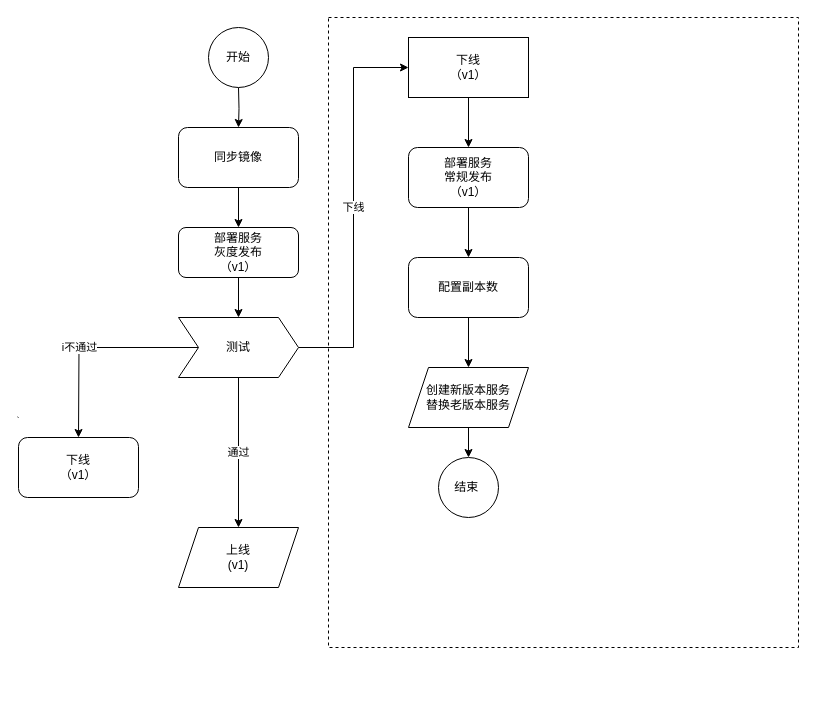
This is 未命名绘图.drawio from Snuger/draw, a draw.io file, before an edit. Source tidied: cells renumbered, new cells numbered last; positions are measured from the earlier drawing's top-left corner, leaving out a move shared by most shapes. Both pictures are drawn from the tidied source at 100%, with x=0, y=0 at pixel (17, 17).
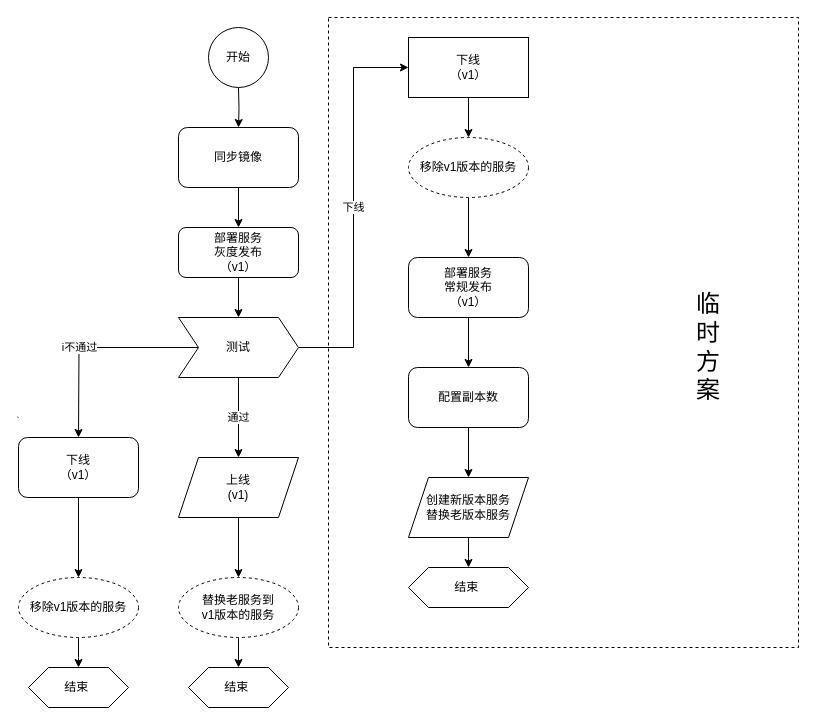
Above is the later version.

Commit message (it also covers changes not shown here):
更新未命名绘图.drawio

Unchanged cells that the change refers to:
```xml
<mxCell id="15" value="下线&lt;br&gt;（v1）" style="rounded=1;whiteSpace=wrap;html=1;" parent="1" vertex="1">
  <mxGeometry x="1" y="420" width="120" height="60" as="geometry" />
</mxCell>
<mxCell id="17" value="下线&lt;br&gt;（v1）" style="rounded=0;whiteSpace=wrap;html=1;strokeColor=default;" parent="1" vertex="1">
  <mxGeometry x="391" y="20" width="120" height="60" as="geometry" />
</mxCell>
```

Diff of the diagram source:
```diff
@@
+    <mxCell id="25" style="edgeStyle=orthogonalEdgeStyle;rounded=0;jettySize=auto;html=1;" parent="1" edge="1" source="14" target="34">
+      <mxGeometry relative="1" as="geometry" />
+    </mxCell>
     <mxCell id="14" value="上线&lt;br&gt;(v1)" style="shape=parallelogram;perimeter=parallelogramPerimeter;whiteSpace=wrap;html=1;fixedSize=1;" parent="1" vertex="1">
-      <mxGeometry x="161" y="510" width="120" height="60" as="geometry" />
+      <mxGeometry x="161" y="440" width="120" height="60" as="geometry" />
     </mxCell>
+    <mxCell id="26" style="edgeStyle=orthogonalEdgeStyle;rounded=0;jettySize=auto;html=1;" parent="1" edge="1" source="15" target="29">
+      <mxGeometry relative="1" as="geometry" />
+    </mxCell>
@@
-    <mxCell id="16" style="edgeStyle=orthogonalEdgeStyle;rounded=0;jettySize=auto;html=1;" parent="1" edge="1" source="17" target="19">
-      <mxGeometry relative="1" as="geometry" />
-    </mxCell>
+    <mxCell id="27" style="edgeStyle=orthogonalEdgeStyle;rounded=0;jettySize=auto;html=1;" parent="1" edge="1" source="17" target="32">
+      <mxGeometry relative="1" as="geometry" />
+    </mxCell>
@@
     <mxCell id="19" value="部署服务&lt;br&gt;常规发布&lt;br&gt;（v1）" style="rounded=1;whiteSpace=wrap;html=1;strokeColor=default;" parent="1" vertex="1">
-      <mxGeometry x="391" y="130" width="120" height="60" as="geometry" />
+      <mxGeometry x="391" y="240" width="120" height="60" as="geometry" />
     </mxCell>
@@
     <mxCell id="21" value="配置副本数" style="whiteSpace=wrap;html=1;rounded=1;" parent="1" vertex="1">
-      <mxGeometry x="391" y="240" width="120" height="60" as="geometry" />
+      <mxGeometry x="391" y="350" width="120" height="60" as="geometry" />
     </mxCell>
-    <mxCell id="22" style="edgeStyle=orthogonalEdgeStyle;rounded=0;jettySize=auto;html=1;" parent="1" edge="1" source="23" target="24">
-      <mxGeometry relative="1" as="geometry" />
+    <mxCell id="22" style="edgeStyle=orthogonalEdgeStyle;rounded=0;jettySize=auto;html=1;" parent="1" edge="1" source="23">
+      <mxGeometry relative="1" as="geometry">
+        <mxPoint x="451" y="550" as="targetPoint" />
+      </mxGeometry>
     </mxCell>
     <mxCell id="23" value="创建新版本服务&lt;br&gt;替换老版本服务" style="shape=parallelogram;perimeter=parallelogramPerimeter;whiteSpace=wrap;html=1;fixedSize=1;strokeColor=default;" parent="1" vertex="1">
-      <mxGeometry x="391" y="350" width="120" height="60" as="geometry" />
+      <mxGeometry x="391" y="460" width="120" height="60" as="geometry" />
     </mxCell>
-    <mxCell id="24" value="结束&amp;nbsp;" style="ellipse;whiteSpace=wrap;html=1;strokeColor=default;" parent="1" vertex="1">
-      <mxGeometry x="421" y="440" width="60" height="60" as="geometry" />
-    </mxCell>
+    <mxCell id="28" style="edgeStyle=orthogonalEdgeStyle;rounded=0;jettySize=auto;html=1;" parent="1" edge="1" source="29">
+      <mxGeometry relative="1" as="geometry">
+        <mxPoint x="61" y="650" as="targetPoint" />
+      </mxGeometry>
+    </mxCell>
+    <mxCell id="29" value="移除v1版本的服务" style="ellipse;whiteSpace=wrap;html=1;rounded=1;dashed=1;" parent="1" vertex="1">
+      <mxGeometry x="1" y="560" width="120" height="60" as="geometry" />
+    </mxCell>
+    <mxCell id="30" value="结束&amp;nbsp;" style="shape=hexagon;perimeter=hexagonPerimeter2;whiteSpace=wrap;html=1;fixedSize=1;strokeColor=default;" parent="1" vertex="1">
+      <mxGeometry x="11" y="650" width="100" height="40" as="geometry" />
+    </mxCell>
+    <mxCell id="31" style="edgeStyle=orthogonalEdgeStyle;rounded=0;jettySize=auto;html=1;" parent="1" edge="1" source="32" target="19">
+      <mxGeometry relative="1" as="geometry" />
+    </mxCell>
+    <mxCell id="32" value="移除v1版本的服务" style="ellipse;whiteSpace=wrap;html=1;rounded=1;dashed=1;" parent="1" vertex="1">
+      <mxGeometry x="391" y="120" width="120" height="60" as="geometry" />
+    </mxCell>
+    <mxCell id="33" style="edgeStyle=orthogonalEdgeStyle;rounded=0;jettySize=auto;html=1;" parent="1" edge="1" source="34" target="35">
+      <mxGeometry relative="1" as="geometry" />
+    </mxCell>
+    <mxCell id="34" value="替换老服务到&lt;br&gt;v1版本的服务" style="ellipse;whiteSpace=wrap;html=1;rounded=1;dashed=1;" parent="1" vertex="1">
+      <mxGeometry x="161" y="560" width="120" height="60" as="geometry" />
+    </mxCell>
+    <mxCell id="35" value="结束&amp;nbsp;" style="shape=hexagon;perimeter=hexagonPerimeter2;whiteSpace=wrap;html=1;fixedSize=1;strokeColor=default;" parent="1" vertex="1">
+      <mxGeometry x="171" y="650" width="100" height="40" as="geometry" />
+    </mxCell>
+    <mxCell id="36" value="结束&amp;nbsp;" style="shape=hexagon;perimeter=hexagonPerimeter2;whiteSpace=wrap;html=1;fixedSize=1;strokeColor=default;" parent="1" vertex="1">
+      <mxGeometry x="391" y="550" width="120" height="40" as="geometry" />
+    </mxCell>
+    <mxCell id="37" value="临&lt;br style=&quot;font-size: 24px;&quot;&gt;时&lt;br style=&quot;font-size: 24px;&quot;&gt;方&lt;br style=&quot;font-size: 24px;&quot;&gt;案" style="text;html=1;strokeColor=none;fillColor=none;align=center;verticalAlign=middle;whiteSpace=wrap;rounded=0;fontSize=24;" parent="1" vertex="1">
+      <mxGeometry x="661" y="90" width="60" height="480" as="geometry" />
+    </mxCell>
```
